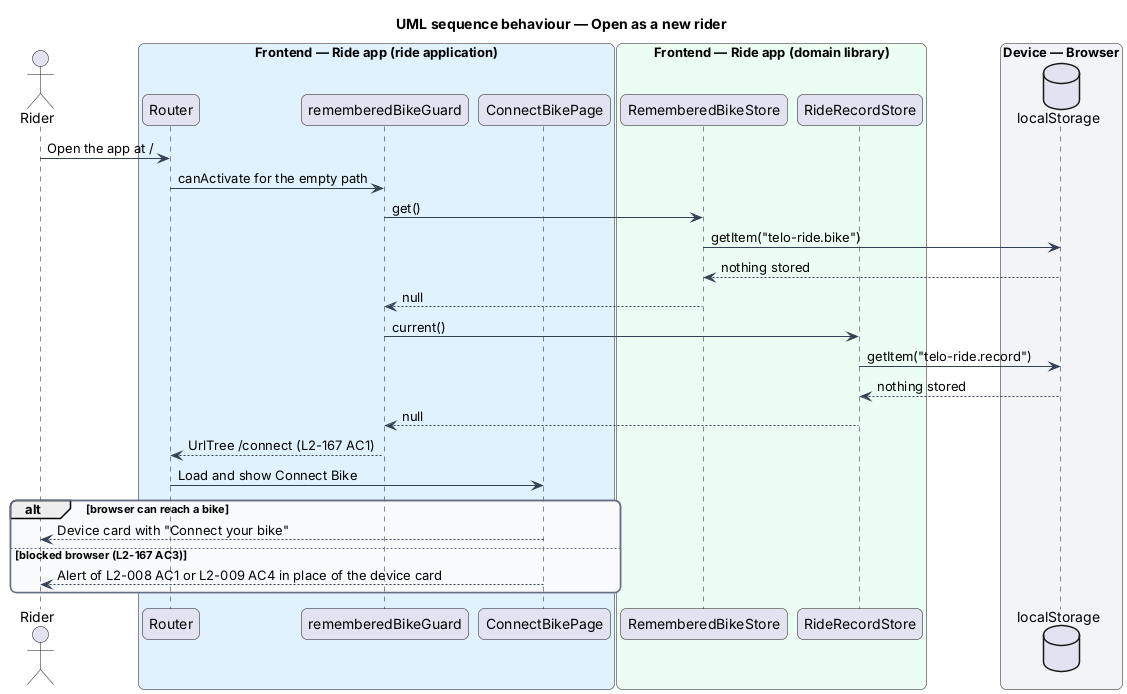
Above: docs/detailed-designs/the-class/open-the-app/diagrams/sequence-open-as-a-new-rider.png in QuinntyneBrown/ride-one (PlantUML), before the change. The source it was exported from:
```plantuml
@startuml
title UML sequence behaviour — Open as a new rider
skinparam backgroundColor #FFFFFF
skinparam shadowing false
skinparam roundcorner 12
skinparam defaultFontName Arial
skinparam ArrowColor #344054
skinparam rectangle {
  BorderColor #344054
  FontColor #101828
}
skinparam package {
  BorderColor #667085
  FontColor #101828
  BackgroundColor #F9FAFB
}
actor "Rider" as rider
box "Frontend — Ride app (ride application)" #E0F2FE
  participant "Router" as router
  participant "rememberedBikeGuard" as guard
  participant "ConnectBikePage" as connect
end box
box "Frontend — Ride app (domain library)" #ECFDF3
  participant "RememberedBikeStore" as bikes
  participant "RideRecordStore" as record
end box
box "Device — Browser" #F2F4F7
  database "localStorage" as storage
end box
rider -> router : Open the app at /
router -> guard : canActivate for the empty path
guard -> bikes : get()
bikes -> storage : getItem("telo-ride.bike")
storage --> bikes : nothing stored
bikes --> guard : null
guard -> record : current()
record -> storage : getItem("telo-ride.record")
storage --> record : nothing stored
record --> guard : null
guard --> router : UrlTree /connect (L2-167 AC1)
router -> connect : Load and show Connect Bike
alt browser can reach a bike
  connect --> rider : Device card with "Connect your bike"
else blocked browser (L2-167 AC3)
  connect --> rider : Alert of L2-008 AC1 or L2-009 AC4 in place of the device card
end
@enduml
```
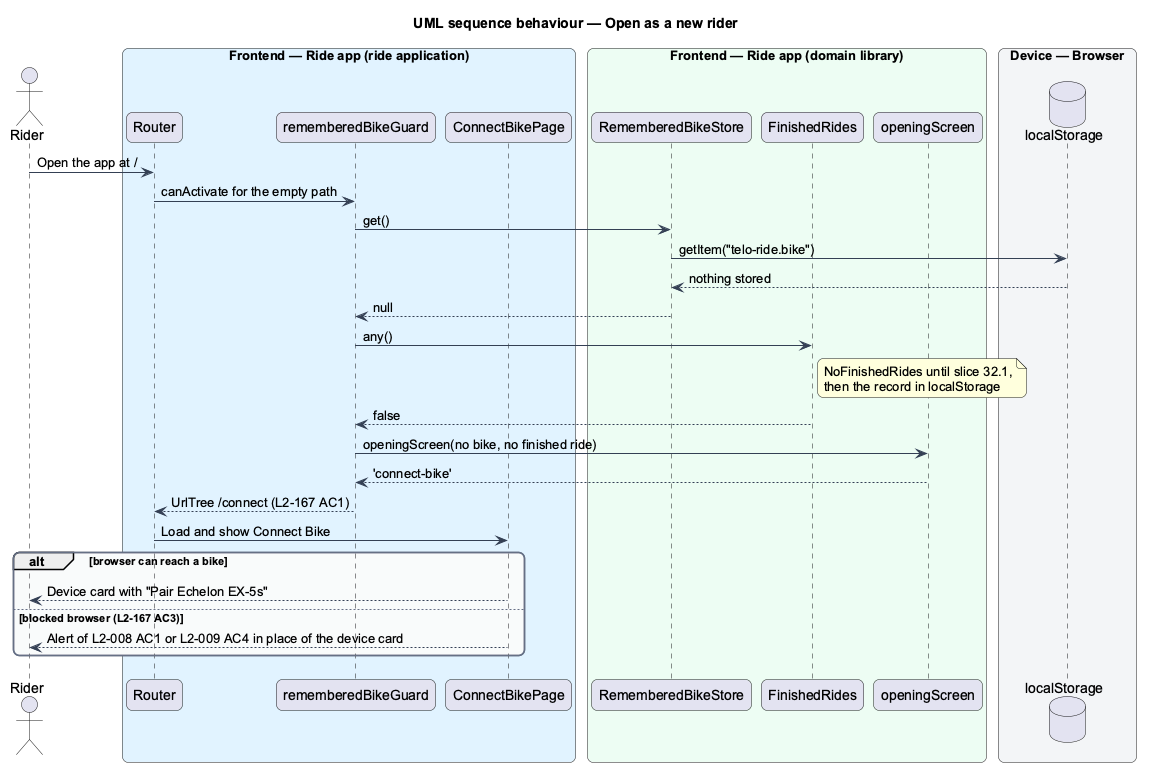
After the commit.

What changed in the source:
```diff
@@ -22,7 +22,8 @@
 end box
 box "Frontend — Ride app (domain library)" #ECFDF3
   participant "RememberedBikeStore" as bikes
-  participant "RideRecordStore" as record
+  participant "FinishedRides" as record
+  participant "openingScreen" as rule
 end box
 box "Device — Browser" #F2F4F7
   database "localStorage" as storage
@@ -33,14 +34,15 @@
 bikes -> storage : getItem("telo-ride.bike")
 storage --> bikes : nothing stored
 bikes --> guard : null
-guard -> record : current()
-record -> storage : getItem("telo-ride.record")
-storage --> record : nothing stored
-record --> guard : null
+guard -> record : any()
+note right of record : NoFinishedRides until slice 32.1,\nthen the record in localStorage
+record --> guard : false
+guard -> rule : openingScreen(no bike, no finished ride)
+rule --> guard : 'connect-bike'
 guard --> router : UrlTree /connect (L2-167 AC1)
 router -> connect : Load and show Connect Bike
 alt browser can reach a bike
-  connect --> rider : Device card with "Connect your bike"
+  connect --> rider : Device card with "Pair Echelon EX-5s"
 else blocked browser (L2-167 AC3)
   connect --> rider : Alert of L2-008 AC1 or L2-009 AC4 in place of the device card
 end
```
